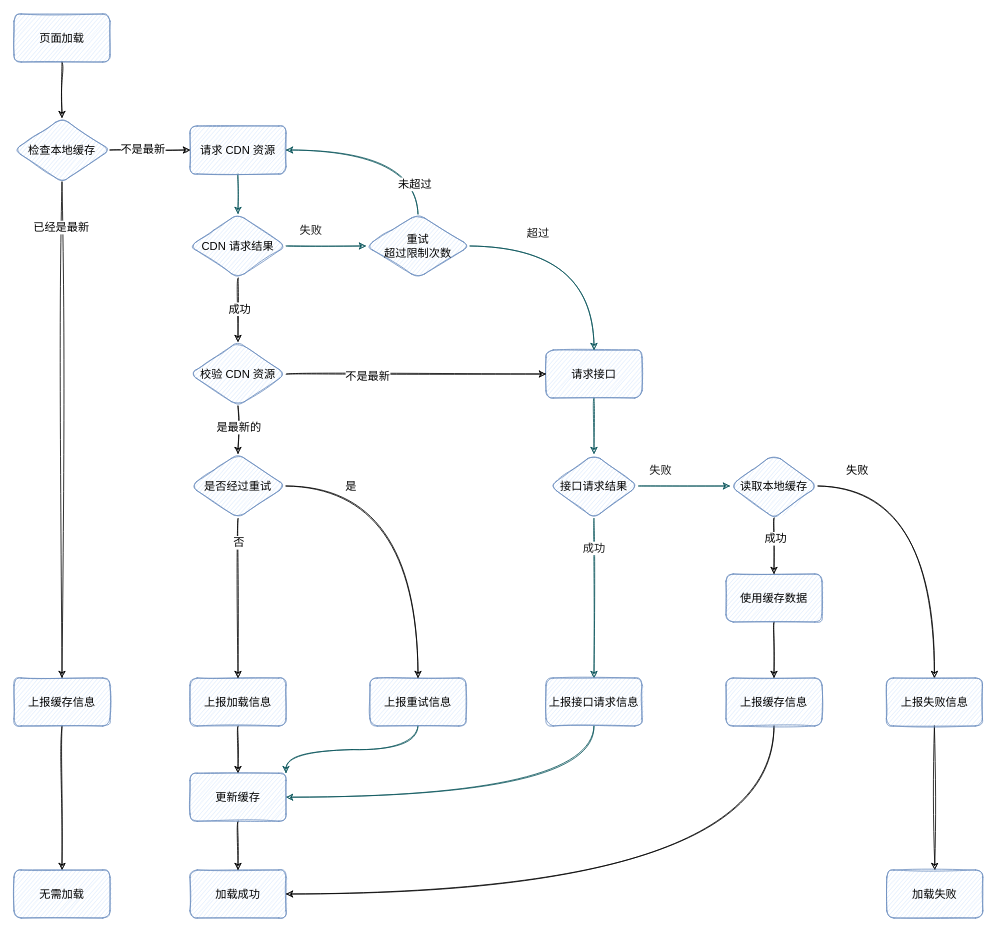
Above: page "第 5 页" (2 of 6) of 未命名绘图.drawio in Darkindom/draw-the-diagrams (draw.io), before the change. Source tidied: cells renumbered, new cells numbered last; positions are measured from the earlier drawing's top-left corner, leaving out a move shared by most shapes. Both pictures are drawn from the tidied source at 80%, with x=0, y=0 at pixel (14, 14).
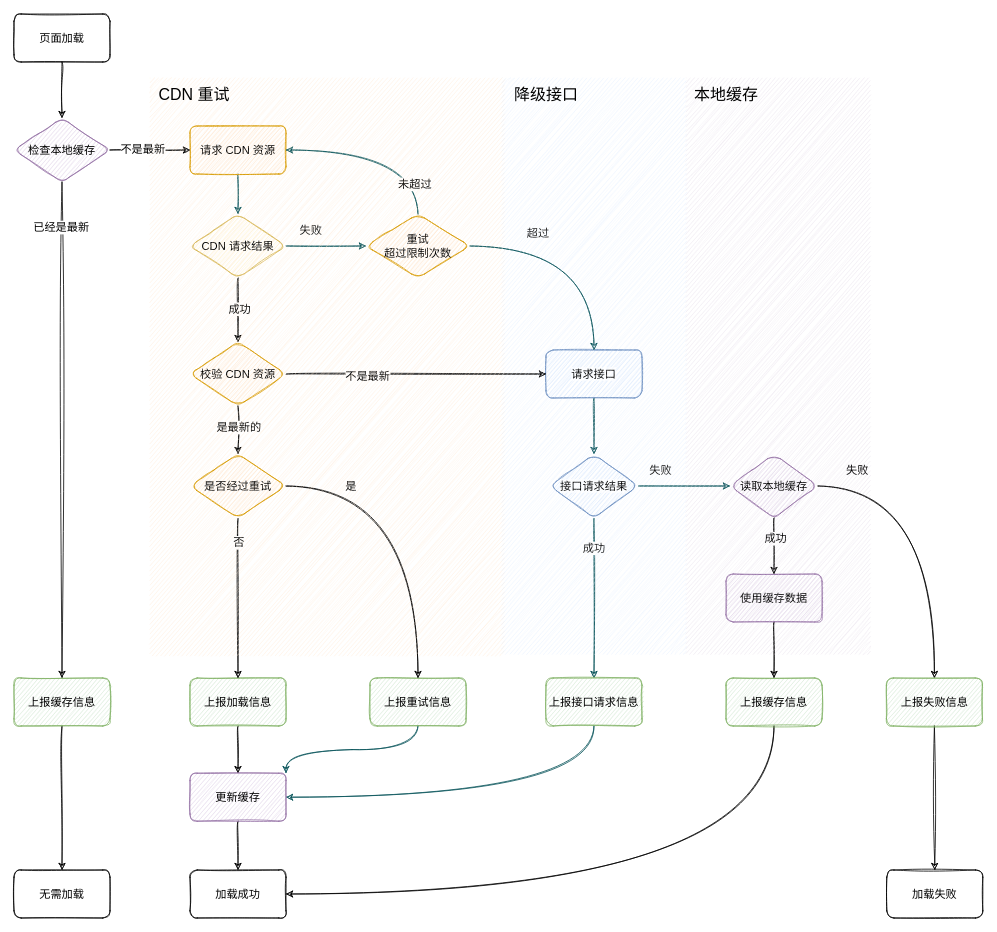
The same page after the edit.

The edit, as a diff of the source:
```diff
@@
-    <mxCell id="3" value="页面加载" style="whiteSpace=wrap;html=1;fontFamily=手札体-简;fillColor=#dae8fc;strokeColor=#6c8ebf;rounded=1;sketch=1;shadow=0;glass=0;fontSize=14;" parent="1" vertex="1">
+    <mxCell id="3" value="页面加载" style="whiteSpace=wrap;html=1;fontFamily=手札体-简;rounded=1;sketch=1;shadow=0;glass=0;fontSize=14;" parent="1" vertex="1">
       <mxGeometry width="120" height="60" as="geometry" />
     </mxCell>
@@
-    <mxCell id="5" value="请求 CDN 资源" style="whiteSpace=wrap;html=1;fontFamily=手札体-简;fillColor=#dae8fc;strokeColor=#6c8ebf;rounded=1;sketch=1;shadow=0;glass=0;fontSize=14;" parent="1" vertex="1">
+    <mxCell id="5" value="请求 CDN 资源" style="whiteSpace=wrap;html=1;fontFamily=手札体-简;fillColor=#ffe6cc;strokeColor=#d79b00;rounded=1;sketch=1;shadow=0;glass=0;fontSize=14;" parent="1" vertex="1">
       <mxGeometry x="220" y="140" width="120" height="60" as="geometry" />
     </mxCell>
@@
-    <mxCell id="10" value="CDN 请求结果" style="rhombus;whiteSpace=wrap;html=1;fontFamily=手札体-简;fillColor=#dae8fc;strokeColor=#6c8ebf;rounded=1;sketch=1;shadow=0;glass=0;fontSize=14;" parent="1" vertex="1">
+    <mxCell id="10" value="CDN 请求结果" style="rhombus;whiteSpace=wrap;html=1;fontFamily=手札体-简;fillColor=#fff2cc;strokeColor=#d6b656;rounded=1;sketch=1;shadow=0;glass=0;fontSize=14;" parent="1" vertex="1">
       <mxGeometry x="220" y="250" width="120" height="80" as="geometry" />
     </mxCell>
-    <mxCell id="11" value="加载成功" style="whiteSpace=wrap;html=1;fontFamily=手札体-简;fillColor=#dae8fc;strokeColor=#6c8ebf;rounded=1;sketch=1;shadow=0;glass=0;fontSize=14;" parent="1" vertex="1">
+    <mxCell id="11" value="加载成功" style="whiteSpace=wrap;html=1;fontFamily=手札体-简;rounded=1;sketch=1;shadow=0;glass=0;fontSize=14;" parent="1" vertex="1">
       <mxGeometry x="220" y="1070" width="120" height="60" as="geometry" />
     </mxCell>
@@
-    <mxCell id="13" value="请求接口" style="whiteSpace=wrap;html=1;fontFamily=手札体-简;fillColor=#dae8fc;strokeColor=#6c8ebf;rounded=1;sketch=1;shadow=0;glass=0;fontSize=14;" parent="1" vertex="1">
+    <mxCell id="13" value="请求接口" style="whiteSpace=wrap;html=1;fontFamily=手札体-简;fillColor=#dae8fc;strokeColor=#6c8ebf;rounded=1;sketch=1;shadow=0;glass=0;fontSize=14;labelBackgroundColor=default;labelBorderColor=none;spacingTop=0;" parent="1" vertex="1">
       <mxGeometry x="665" y="420" width="120" height="60" as="geometry" />
     </mxCell>
@@
-    <mxCell id="17" value="接口请求结果" style="rhombus;whiteSpace=wrap;html=1;fontFamily=手札体-简;fillColor=#dae8fc;strokeColor=#6c8ebf;rounded=1;sketch=1;shadow=0;glass=0;fontSize=14;" parent="1" vertex="1">
+    <mxCell id="17" value="接口请求结果" style="rhombus;whiteSpace=wrap;html=1;fontFamily=手札体-简;fillColor=#dae8fc;strokeColor=#6c8ebf;rounded=1;sketch=1;shadow=0;glass=0;fontSize=14;labelBackgroundColor=default;" parent="1" vertex="1">
       <mxGeometry x="670" y="550" width="110" height="80" as="geometry" />
     </mxCell>
@@
-    <mxCell id="19" value="上报加载信息" style="whiteSpace=wrap;html=1;fontFamily=手札体-简;fillColor=#dae8fc;strokeColor=#6c8ebf;rounded=1;sketch=1;shadow=0;glass=0;fontSize=14;" parent="1" vertex="1">
+    <mxCell id="19" value="上报加载信息" style="whiteSpace=wrap;html=1;fontFamily=手札体-简;fillColor=#d5e8d4;strokeColor=#82b366;rounded=1;sketch=1;shadow=0;glass=0;fontSize=14;" parent="1" vertex="1">
       <mxGeometry x="220" y="830" width="120" height="60" as="geometry" />
     </mxCell>
@@
-    <mxCell id="21" value="使用缓存数据" style="whiteSpace=wrap;html=1;fontFamily=手札体-简;fillColor=#dae8fc;strokeColor=#6c8ebf;rounded=1;sketch=1;shadow=0;glass=0;fontSize=14;" parent="1" vertex="1">
+    <mxCell id="21" value="使用缓存数据" style="whiteSpace=wrap;html=1;fontFamily=手札体-简;fillColor=#e1d5e7;strokeColor=#9673a6;rounded=1;sketch=1;shadow=0;glass=0;fontSize=14;" parent="1" vertex="1">
       <mxGeometry x="890" y="700" width="120" height="60" as="geometry" />
     </mxCell>
@@
-    <mxCell id="26" value="重试&lt;br style=&quot;font-size: 14px;&quot;&gt;超过限制次数" style="rhombus;whiteSpace=wrap;html=1;fontFamily=手札体-简;fillColor=#dae8fc;strokeColor=#6c8ebf;rounded=1;sketch=1;shadow=0;glass=0;fontSize=14;" parent="1" vertex="1">
+    <mxCell id="26" value="重试&lt;br style=&quot;font-size: 14px;&quot;&gt;超过限制次数" style="rhombus;whiteSpace=wrap;html=1;fontFamily=手札体-简;fillColor=#ffe6cc;strokeColor=#d79b00;rounded=1;sketch=1;shadow=0;glass=0;fontSize=14;" parent="1" vertex="1">
       <mxGeometry x="440" y="250" width="130" height="80" as="geometry" />
     </mxCell>
@@
-    <mxCell id="28" value="上报重试信息" style="whiteSpace=wrap;html=1;fontFamily=手札体-简;fillColor=#dae8fc;strokeColor=#6c8ebf;rounded=1;sketch=1;shadow=0;glass=0;fontSize=14;" parent="1" vertex="1">
+    <mxCell id="28" value="上报重试信息" style="whiteSpace=wrap;html=1;fontFamily=手札体-简;fillColor=#d5e8d4;strokeColor=#82b366;rounded=1;sketch=1;shadow=0;glass=0;fontSize=14;" parent="1" vertex="1">
       <mxGeometry x="445" y="830" width="120" height="60" as="geometry" />
     </mxCell>
@@
-    <mxCell id="30" value="上报接口请求信息" style="whiteSpace=wrap;html=1;fontFamily=手札体-简;fillColor=#dae8fc;strokeColor=#6c8ebf;rounded=1;sketch=1;shadow=0;glass=0;fontSize=14;" parent="1" vertex="1">
+    <mxCell id="30" value="上报接口请求信息" style="whiteSpace=wrap;html=1;fontFamily=手札体-简;fillColor=#d5e8d4;strokeColor=#82b366;rounded=1;sketch=1;shadow=0;glass=0;fontSize=14;" parent="1" vertex="1">
       <mxGeometry x="665" y="830" width="120" height="60" as="geometry" />
     </mxCell>
@@
-    <mxCell id="33" value="上报缓存信息" style="whiteSpace=wrap;html=1;fontFamily=手札体-简;fillColor=#dae8fc;strokeColor=#6c8ebf;rounded=1;sketch=1;shadow=0;glass=0;fontSize=14;" parent="1" vertex="1">
+    <mxCell id="33" value="上报缓存信息" style="whiteSpace=wrap;html=1;fontFamily=手札体-简;fillColor=#d5e8d4;strokeColor=#82b366;rounded=1;sketch=1;shadow=0;glass=0;fontSize=14;" parent="1" vertex="1">
       <mxGeometry x="890" y="830" width="120" height="60" as="geometry" />
     </mxCell>
@@
-    <mxCell id="35" value="更新缓存" style="whiteSpace=wrap;html=1;fontFamily=手札体-简;fillColor=#dae8fc;strokeColor=#6c8ebf;rounded=1;sketch=1;shadow=0;glass=0;fontSize=14;" parent="1" vertex="1">
+    <mxCell id="35" value="更新缓存" style="whiteSpace=wrap;html=1;fontFamily=手札体-简;fillColor=#e1d5e7;strokeColor=#9673a6;rounded=1;sketch=1;shadow=0;glass=0;fontSize=14;" parent="1" vertex="1">
       <mxGeometry x="220" y="949" width="120" height="60" as="geometry" />
     </mxCell>
-    <mxCell id="36" value="加载失败" style="whiteSpace=wrap;html=1;fontFamily=手札体-简;fillColor=#dae8fc;strokeColor=#6c8ebf;rounded=1;sketch=1;shadow=0;glass=0;fontSize=14;" parent="1" vertex="1">
+    <mxCell id="36" value="加载失败" style="whiteSpace=wrap;html=1;fontFamily=手札体-简;rounded=1;sketch=1;shadow=0;glass=0;fontSize=14;" parent="1" vertex="1">
       <mxGeometry x="1091" y="1070" width="120" height="60" as="geometry" />
     </mxCell>
@@
-    <mxCell id="41" value="读取本地缓存" style="rhombus;whiteSpace=wrap;html=1;fontFamily=手札体-简;fillColor=#dae8fc;strokeColor=#6c8ebf;rounded=1;sketch=1;shadow=0;glass=0;fontSize=14;" parent="1" vertex="1">
+    <mxCell id="41" value="读取本地缓存" style="rhombus;whiteSpace=wrap;html=1;fontFamily=手札体-简;fillColor=#e1d5e7;strokeColor=#9673a6;rounded=1;sketch=1;shadow=0;glass=0;fontSize=14;" parent="1" vertex="1">
       <mxGeometry x="895" y="550" width="110" height="80" as="geometry" />
     </mxCell>
-    <mxCell id="42" value="上报失败信息" style="whiteSpace=wrap;html=1;fontFamily=手札体-简;fillColor=#dae8fc;strokeColor=#6c8ebf;rounded=1;sketch=1;shadow=0;glass=0;fontSize=14;" parent="1" vertex="1">
+    <mxCell id="42" value="上报失败信息" style="whiteSpace=wrap;html=1;fontFamily=手札体-简;fillColor=#d5e8d4;strokeColor=#82b366;rounded=1;sketch=1;shadow=0;glass=0;fontSize=14;" parent="1" vertex="1">
       <mxGeometry x="1090.5" y="830" width="120" height="60" as="geometry" />
     </mxCell>
@@
-    <mxCell id="51" value="校验 CDN 资源" style="rhombus;whiteSpace=wrap;html=1;fontFamily=手札体-简;fillColor=#dae8fc;strokeColor=#6c8ebf;rounded=1;sketch=1;shadow=0;glass=0;fontSize=14;" parent="1" vertex="1">
+    <mxCell id="51" value="校验 CDN 资源" style="rhombus;whiteSpace=wrap;html=1;fontFamily=手札体-简;fillColor=#ffe6cc;strokeColor=#d79b00;rounded=1;sketch=1;shadow=0;glass=0;fontSize=14;" parent="1" vertex="1">
       <mxGeometry x="220" y="410" width="120" height="80" as="geometry" />
     </mxCell>
@@
-    <mxCell id="56" value="检查本地缓存" style="rhombus;whiteSpace=wrap;html=1;fontFamily=手札体-简;fillColor=#dae8fc;strokeColor=#6c8ebf;rounded=1;sketch=1;shadow=0;glass=0;fontSize=14;" parent="1" vertex="1">
+    <mxCell id="56" value="检查本地缓存" style="rhombus;whiteSpace=wrap;html=1;fontFamily=手札体-简;fillColor=#e1d5e7;strokeColor=#9673a6;rounded=1;sketch=1;shadow=0;glass=0;fontSize=14;" parent="1" vertex="1">
       <mxGeometry y="130" width="120" height="80" as="geometry" />
     </mxCell>
@@
-    <mxCell id="58" value="上报缓存信息" style="whiteSpace=wrap;html=1;fontFamily=手札体-简;fillColor=#dae8fc;strokeColor=#6c8ebf;rounded=1;sketch=1;shadow=0;glass=0;fontSize=14;" parent="1" vertex="1">
+    <mxCell id="58" value="上报缓存信息" style="whiteSpace=wrap;html=1;fontFamily=手札体-简;fillColor=#d5e8d4;strokeColor=#82b366;rounded=1;sketch=1;shadow=0;glass=0;fontSize=14;" parent="1" vertex="1">
       <mxGeometry y="830" width="120" height="60" as="geometry" />
     </mxCell>
-    <mxCell id="59" value="无需加载" style="whiteSpace=wrap;html=1;fontFamily=手札体-简;fillColor=#dae8fc;strokeColor=#6c8ebf;rounded=1;sketch=1;shadow=0;glass=0;fontSize=14;" parent="1" vertex="1">
+    <mxCell id="59" value="无需加载" style="whiteSpace=wrap;html=1;fontFamily=手札体-简;rounded=1;sketch=1;shadow=0;glass=0;fontSize=14;" parent="1" vertex="1">
       <mxGeometry y="1070" width="120" height="60" as="geometry" />
     </mxCell>
-    <mxCell id="60" value="是否经过重试" style="rhombus;whiteSpace=wrap;html=1;fontFamily=手札体-简;fillColor=#dae8fc;strokeColor=#6c8ebf;rounded=1;sketch=1;shadow=0;glass=0;fontSize=14;" parent="1" vertex="1">
+    <mxCell id="60" value="是否经过重试" style="rhombus;whiteSpace=wrap;html=1;fontFamily=手札体-简;fillColor=#ffe6cc;strokeColor=#d79b00;rounded=1;sketch=1;shadow=0;glass=0;fontSize=14;" parent="1" vertex="1">
       <mxGeometry x="220" y="550" width="120" height="80" as="geometry" />
     </mxCell>
+    <mxCell id="61" style="rounded=0;whiteSpace=wrap;html=1;labelBackgroundColor=default;labelBorderColor=none;sketch=1;hachureGap=4;jiggle=2;fontFamily=Architects Daughter;fontSize=20;fillColor=#ffe6cc;opacity=50;strokeColor=none;" parent="1" vertex="1">
+      <mxGeometry x="170" y="80" width="440" height="720" as="geometry" />
+    </mxCell>
+    <mxCell id="62" value="CDN 重试" style="text;html=1;align=center;verticalAlign=middle;strokeColor=none;fillColor=none;fontSize=20;fontFamily=手札体-简;fontColor=#000000;sketch=1;hachureGap=4;jiggle=2;" parent="1" vertex="1">
+      <mxGeometry x="170" y="80" width="110" height="40" as="geometry" />
+    </mxCell>
+    <mxCell id="63" style="rounded=0;whiteSpace=wrap;html=1;labelBackgroundColor=default;labelBorderColor=none;sketch=1;hachureGap=4;jiggle=2;fontFamily=Architects Daughter;fontSize=20;fillColor=#dae8fc;opacity=50;strokeColor=none;" parent="1" vertex="1">
+      <mxGeometry x="610" y="80" width="230" height="720" as="geometry" />
+    </mxCell>
+    <mxCell id="64" value="降级接口" style="text;html=1;align=center;verticalAlign=middle;strokeColor=none;fillColor=none;fontSize=20;fontFamily=手札体-简;fontColor=#000000;sketch=1;hachureGap=4;jiggle=2;" parent="1" vertex="1">
+      <mxGeometry x="615" y="80" width="100" height="40" as="geometry" />
+    </mxCell>
+    <mxCell id="65" style="rounded=0;whiteSpace=wrap;html=1;labelBackgroundColor=default;labelBorderColor=none;sketch=1;hachureGap=4;jiggle=2;fontFamily=Architects Daughter;fontSize=20;fillColor=#e1d5e7;opacity=50;strokeColor=none;" parent="1" vertex="1">
+      <mxGeometry x="840" y="80" width="230" height="720" as="geometry" />
+    </mxCell>
+    <mxCell id="66" value="本地缓存" style="text;html=1;align=center;verticalAlign=middle;strokeColor=none;fillColor=none;fontSize=20;fontFamily=手札体-简;fontColor=#000000;sketch=1;hachureGap=4;jiggle=2;" parent="1" vertex="1">
+      <mxGeometry x="840" y="80" width="100" height="40" as="geometry" />
+    </mxCell>
```
